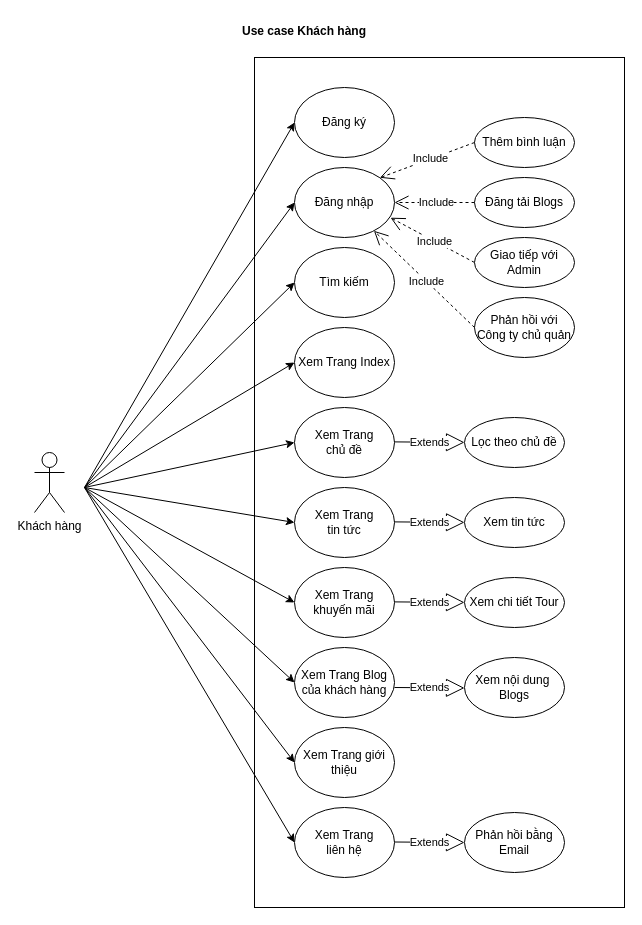
The draw.io diagram Drawio/Use_Case_KH.drawio in LuanMinhNguyen/nhom2thuctapchuyennganh, before the edit. Source tidied: cells renumbered, new cells numbered last; positions are measured from the earlier drawing's top-left corner, leaving out a move shared by most shapes. Both pictures are drawn from the tidied source at 100%, with x=0, y=0 at pixel (34, 17).
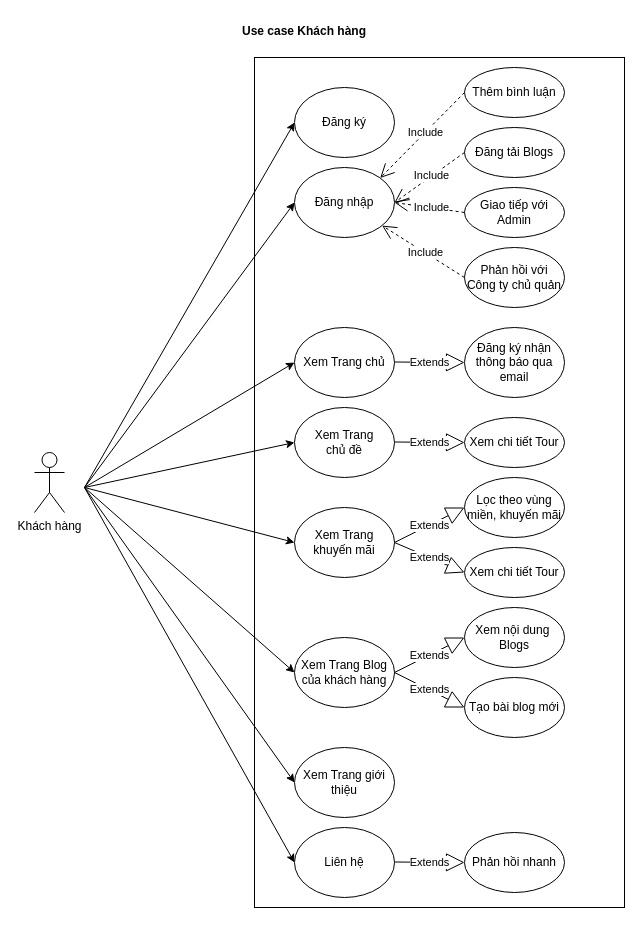
The same page after the edit.

Unchanged cells that the change refers to:
```xml
<mxCell id="5" value="Đăng ký" style="ellipse;whiteSpace=wrap;html=1;" parent="1" vertex="1">
  <mxGeometry x="260" y="70" width="100" height="70" as="geometry" />
</mxCell>
<mxCell id="6" value="Đăng nhập" style="ellipse;whiteSpace=wrap;html=1;" parent="1" vertex="1">
  <mxGeometry x="260" y="150" width="100" height="70" as="geometry" />
</mxCell>
<mxCell id="8" value="Xem Trang &lt;br&gt;chủ đề" style="ellipse;whiteSpace=wrap;html=1;" parent="1" vertex="1">
  <mxGeometry x="260" y="390" width="100" height="70" as="geometry" />
</mxCell>
```

What changed in the source:
```diff
@@
-    <mxCell id="4" style="endArrow=classic;html=1;entryX=0;entryY=0.5;entryDx=0;entryDy=0;" parent="1" edge="1" target="5">
+    <mxCell id="4" style="endArrow=classic;html=1;entryX=0;entryY=0.5;entryDx=0;entryDy=0;" parent="1" edge="1">
       <mxGeometry relative="1" as="geometry">
         <mxPoint x="50" y="470" as="sourcePoint" />
+        <mxPoint x="260" y="105" as="targetPoint" />
       </mxGeometry>
     </mxCell>
+    <mxCell id="7" style="endArrow=classic;html=1;entryX=0;entryY=0.5;entryDx=0;entryDy=0;" parent="1" edge="1">
+      <mxGeometry relative="1" as="geometry">
+        <mxPoint x="50" y="470" as="sourcePoint" />
+        <mxPoint x="260" y="185" as="targetPoint" />
+      </mxGeometry>
+    </mxCell>
+    <mxCell id="17" style="endArrow=classic;html=1;entryX=0;entryY=0.5;entryDx=0;entryDy=0;" parent="1" edge="1">
+      <mxGeometry relative="1" as="geometry">
+        <mxPoint x="50" y="470" as="sourcePoint" />
+        <mxPoint x="260" y="345" as="targetPoint" />
+      </mxGeometry>
+    </mxCell>
+    <mxCell id="18" style="endArrow=classic;html=1;entryX=0;entryY=0.5;entryDx=0;entryDy=0;" parent="1" edge="1" target="8">
+      <mxGeometry relative="1" as="geometry">
+        <mxPoint x="50" y="470" as="sourcePoint" />
+      </mxGeometry>
+    </mxCell>
+    <mxCell id="19" style="endArrow=classic;html=1;entryX=0;entryY=0.5;entryDx=0;entryDy=0;" parent="1" edge="1" target="11">
+      <mxGeometry relative="1" as="geometry">
+        <mxPoint x="50" y="470" as="sourcePoint" />
+      </mxGeometry>
+    </mxCell>
+    <mxCell id="21" style="endArrow=classic;html=1;entryX=0;entryY=0.5;entryDx=0;entryDy=0;" parent="1" edge="1" target="12">
+      <mxGeometry relative="1" as="geometry">
+        <mxPoint x="50" y="470" as="sourcePoint" />
+      </mxGeometry>
+    </mxCell>
+    <mxCell id="22" style="endArrow=classic;html=1;entryX=0;entryY=0.5;entryDx=0;entryDy=0;" parent="1" edge="1" target="13">
+      <mxGeometry relative="1" as="geometry">
+        <mxPoint x="50" y="470" as="sourcePoint" />
+      </mxGeometry>
+    </mxCell>
+    <mxCell id="23" style="endArrow=classic;html=1;entryX=0;entryY=0.5;entryDx=0;entryDy=0;" parent="1" edge="1" target="44">
+      <mxGeometry relative="1" as="geometry">
+        <mxPoint x="50" y="470" as="sourcePoint" />
+      </mxGeometry>
+    </mxCell>
+    <mxCell id="32" value="Use case Khách hàng" style="text;align=center;fontStyle=1;verticalAlign=middle;spacingLeft=3;spacingRight=3;strokeColor=none;" parent="1" vertex="1">
+      <mxGeometry x="230" width="80" height="26" as="geometry" />
+    </mxCell>
@@
-    <mxCell id="7" style="endArrow=classic;html=1;entryX=0;entryY=0.5;entryDx=0;entryDy=0;" parent="1" edge="1" target="6">
-      <mxGeometry relative="1" as="geometry">
-        <mxPoint x="50" y="470" as="sourcePoint" />
-      </mxGeometry>
-    </mxCell>
@@
-    <mxCell id="9" value="Xem Trang &lt;br&gt;tin tức" style="ellipse;whiteSpace=wrap;html=1;" parent="1" vertex="1">
-      <mxGeometry x="260" y="470" width="100" height="70" as="geometry" />
-    </mxCell>
-    <mxCell id="10" value="Xem Trang Index" style="ellipse;whiteSpace=wrap;html=1;" parent="1" vertex="1">
-      <mxGeometry x="260" y="310" width="100" height="70" as="geometry" />
-    </mxCell>
+    <mxCell id="43" value="Xem Trang chủ" style="ellipse;whiteSpace=wrap;html=1;" parent="1" vertex="1">
+      <mxGeometry x="260" y="310" width="100" height="70" as="geometry" />
+    </mxCell>
     <mxCell id="11" value="Xem Trang khuyến mãi" style="ellipse;whiteSpace=wrap;html=1;" parent="1" vertex="1">
-      <mxGeometry x="260" y="550" width="100" height="70" as="geometry" />
+      <mxGeometry x="260" y="490" width="100" height="70" as="geometry" />
     </mxCell>
     <mxCell id="12" value="Xem Trang Blog của khách hàng" style="ellipse;whiteSpace=wrap;html=1;" parent="1" vertex="1">
-      <mxGeometry x="260" y="630" width="100" height="70" as="geometry" />
+      <mxGeometry x="260" y="620" width="100" height="70" as="geometry" />
     </mxCell>
     <mxCell id="13" value="Xem Trang giới thiệu" style="ellipse;whiteSpace=wrap;html=1;" parent="1" vertex="1">
-      <mxGeometry x="260" y="710" width="100" height="70" as="geometry" />
+      <mxGeometry x="260" y="730" width="100" height="70" as="geometry" />
     </mxCell>
-    <mxCell id="14" value="Xem Trang &lt;br&gt;liên hệ" style="ellipse;whiteSpace=wrap;html=1;" parent="1" vertex="1">
-      <mxGeometry x="260" y="790" width="100" height="70" as="geometry" />
-    </mxCell>
-    <mxCell id="15" value="Tìm kiếm" style="ellipse;whiteSpace=wrap;html=1;" parent="1" vertex="1">
-      <mxGeometry x="260" y="230" width="100" height="70" as="geometry" />
-    </mxCell>
-    <mxCell id="16" style="endArrow=classic;html=1;entryX=0;entryY=0.5;entryDx=0;entryDy=0;" parent="1" edge="1" target="15">
-      <mxGeometry relative="1" as="geometry">
-        <mxPoint x="50" y="470" as="sourcePoint" />
-      </mxGeometry>
-    </mxCell>
-    <mxCell id="17" style="endArrow=classic;html=1;entryX=0;entryY=0.5;entryDx=0;entryDy=0;" parent="1" edge="1" target="10">
-      <mxGeometry relative="1" as="geometry">
-        <mxPoint x="50" y="470" as="sourcePoint" />
-      </mxGeometry>
-    </mxCell>
-    <mxCell id="18" style="endArrow=classic;html=1;entryX=0;entryY=0.5;entryDx=0;entryDy=0;" parent="1" edge="1" target="8">
-      <mxGeometry relative="1" as="geometry">
-        <mxPoint x="50" y="470" as="sourcePoint" />
-      </mxGeometry>
-    </mxCell>
-    <mxCell id="19" style="endArrow=classic;html=1;entryX=0;entryY=0.5;entryDx=0;entryDy=0;" parent="1" edge="1" target="9">
-      <mxGeometry relative="1" as="geometry">
-        <mxPoint x="50" y="470" as="sourcePoint" />
-      </mxGeometry>
-    </mxCell>
-    <mxCell id="20" style="endArrow=classic;html=1;entryX=0;entryY=0.5;entryDx=0;entryDy=0;" parent="1" edge="1" target="11">
-      <mxGeometry relative="1" as="geometry">
-        <mxPoint x="50" y="470" as="sourcePoint" />
-      </mxGeometry>
-    </mxCell>
-    <mxCell id="21" style="endArrow=classic;html=1;entryX=0;entryY=0.5;entryDx=0;entryDy=0;" parent="1" edge="1" target="12">
-      <mxGeometry relative="1" as="geometry">
-        <mxPoint x="50" y="470" as="sourcePoint" />
-      </mxGeometry>
-    </mxCell>
-    <mxCell id="22" style="endArrow=classic;html=1;entryX=0;entryY=0.5;entryDx=0;entryDy=0;" parent="1" edge="1" target="13">
-      <mxGeometry relative="1" as="geometry">
-        <mxPoint x="50" y="470" as="sourcePoint" />
-      </mxGeometry>
-    </mxCell>
-    <mxCell id="23" style="endArrow=classic;html=1;entryX=0;entryY=0.5;entryDx=0;entryDy=0;" parent="1" edge="1" target="14">
-      <mxGeometry relative="1" as="geometry">
-        <mxPoint x="50" y="470" as="sourcePoint" />
-      </mxGeometry>
-    </mxCell>
+    <mxCell id="44" value="Liên hệ" style="ellipse;whiteSpace=wrap;html=1;" parent="1" vertex="1">
+      <mxGeometry x="260" y="810" width="100" height="70" as="geometry" />
+    </mxCell>
     <mxCell id="24" value="Thêm bình luận" style="ellipse;whiteSpace=wrap;html=1;" parent="1" vertex="1">
-      <mxGeometry x="440" y="100" width="100" height="50" as="geometry" />
+      <mxGeometry x="430" y="50" width="100" height="50" as="geometry" />
     </mxCell>
+    <mxCell id="26" value="Đăng tải Blogs" style="ellipse;whiteSpace=wrap;html=1;" parent="1" vertex="1">
+      <mxGeometry x="430" y="110" width="100" height="50" as="geometry" />
+    </mxCell>
+    <mxCell id="29" value="Giao tiếp với Admin" style="ellipse;whiteSpace=wrap;html=1;" parent="1" vertex="1">
+      <mxGeometry x="430" y="170" width="100" height="50" as="geometry" />
+    </mxCell>
+    <mxCell id="30" value="Phản hồi với Công ty chủ quản" style="ellipse;whiteSpace=wrap;html=1;" parent="1" vertex="1">
+      <mxGeometry x="430" y="230" width="100" height="60" as="geometry" />
+    </mxCell>
+    <mxCell id="45" value="Lọc theo vùng miền, khuyến mãi" style="ellipse;whiteSpace=wrap;html=1;" parent="1" vertex="1">
+      <mxGeometry x="430" y="460" width="100" height="60" as="geometry" />
+    </mxCell>
+    <mxCell id="37" value="Xem nội dung&amp;nbsp;&lt;br&gt;Blogs" style="ellipse;whiteSpace=wrap;html=1;" parent="1" vertex="1">
+      <mxGeometry x="430" y="590" width="100" height="60" as="geometry" />
+    </mxCell>
+    <mxCell id="46" value="Xem chi tiết Tour" style="ellipse;whiteSpace=wrap;html=1;" parent="1" vertex="1">
+      <mxGeometry x="430" y="400" width="100" height="50" as="geometry" />
+    </mxCell>
+    <mxCell id="47" value="Phản hồi nhanh" style="ellipse;whiteSpace=wrap;html=1;" parent="1" vertex="1">
+      <mxGeometry x="430" y="815" width="100" height="60" as="geometry" />
+    </mxCell>
+    <mxCell id="48" value="Xem chi tiết Tour" style="ellipse;whiteSpace=wrap;html=1;" parent="1" vertex="1">
+      <mxGeometry x="430" y="530" width="100" height="50" as="geometry" />
+    </mxCell>
+    <mxCell id="49" value="Tạo bài blog mới" style="ellipse;whiteSpace=wrap;html=1;" parent="1" vertex="1">
+      <mxGeometry x="430" y="660" width="100" height="60" as="geometry" />
+    </mxCell>
+    <mxCell id="50" value="Đăng ký nhận thông báo qua email" style="ellipse;whiteSpace=wrap;html=1;" parent="1" vertex="1">
+      <mxGeometry x="430" y="310" width="100" height="70" as="geometry" />
+    </mxCell>
-    <mxCell id="25" value="Include" style="endArrow=open;endSize=12;dashed=1;html=1;entryX=1;entryY=0;entryDx=0;entryDy=0;exitX=0;exitY=0.5;exitDx=0;exitDy=0;" parent="1" edge="1" source="24" target="6">
-      <mxGeometry x="-0.06" relative="1" as="geometry" />
+    <mxCell id="25" value="Include" style="endArrow=open;endSize=12;dashed=1;html=1;entryX=1;entryY=0;entryDx=0;entryDy=0;exitX=0;exitY=0.5;exitDx=0;exitDy=0;" parent="1" edge="1">
+      <mxGeometry x="-0.06" relative="1" as="geometry">
+        <mxPoint x="430" y="75" as="sourcePoint" />
+        <mxPoint x="345.7" y="160.5" as="targetPoint" />
+      </mxGeometry>
     </mxCell>
-    <mxCell id="26" value="Đăng tải Blogs" style="ellipse;whiteSpace=wrap;html=1;" parent="1" vertex="1">
-      <mxGeometry x="440" y="160" width="100" height="50" as="geometry" />
-    </mxCell>
-    <mxCell id="27" value="Include" style="endArrow=open;endSize=12;dashed=1;html=1;entryX=1;entryY=0.5;entryDx=0;entryDy=0;exitX=0;exitY=0.5;exitDx=0;exitDy=0;" parent="1" edge="1" source="26" target="6">
-      <mxGeometry x="-0.06" relative="1" as="geometry" />
+    <mxCell id="27" value="Include" style="endArrow=open;endSize=12;dashed=1;html=1;entryX=1;entryY=0.5;entryDx=0;entryDy=0;exitX=0;exitY=0.5;exitDx=0;exitDy=0;" parent="1" edge="1">
+      <mxGeometry x="-0.06" relative="1" as="geometry">
+        <mxPoint x="430" y="135" as="sourcePoint" />
+        <mxPoint x="360" y="185" as="targetPoint" />
+      </mxGeometry>
     </mxCell>
-    <mxCell id="28" value="Include" style="endArrow=open;endSize=12;dashed=1;html=1;exitX=0;exitY=0.5;exitDx=0;exitDy=0;entryX=0.96;entryY=0.717;entryDx=0;entryDy=0;entryPerimeter=0;" parent="1" edge="1" source="29" target="6">
-      <mxGeometry x="-0.06" relative="1" as="geometry" />
+    <mxCell id="28" value="Include" style="endArrow=open;endSize=12;dashed=1;html=1;exitX=0;exitY=0.5;exitDx=0;exitDy=0;entryX=1;entryY=0.5;entryDx=0;entryDy=0;" parent="1" edge="1" target="6">
+      <mxGeometry x="-0.06" relative="1" as="geometry">
+        <mxPoint x="430" y="195" as="sourcePoint" />
+      </mxGeometry>
     </mxCell>
-    <mxCell id="29" value="Giao tiếp với Admin" style="ellipse;whiteSpace=wrap;html=1;" parent="1" vertex="1">
-      <mxGeometry x="440" y="220" width="100" height="50" as="geometry" />
-    </mxCell>
-    <mxCell id="30" value="Phản hồi với Công ty chủ quản" style="ellipse;whiteSpace=wrap;html=1;" parent="1" vertex="1">
-      <mxGeometry x="440" y="280" width="100" height="60" as="geometry" />
-    </mxCell>
-    <mxCell id="31" value="Include" style="endArrow=open;endSize=12;dashed=1;html=1;exitX=0;exitY=0.5;exitDx=0;exitDy=0;" parent="1" edge="1" source="30" target="6">
-      <mxGeometry x="-0.06" relative="1" as="geometry" />
+    <mxCell id="31" value="Include" style="endArrow=open;endSize=12;dashed=1;html=1;exitX=0;exitY=0.5;exitDx=0;exitDy=0;" parent="1" edge="1">
+      <mxGeometry x="-0.06" relative="1" as="geometry">
+        <mxPoint x="430" y="260" as="sourcePoint" />
+        <mxPoint x="347.6" y="208.1" as="targetPoint" />
+      </mxGeometry>
     </mxCell>
-    <mxCell id="32" value="Use case Khách hàng" style="text;align=center;fontStyle=1;verticalAlign=middle;spacingLeft=3;spacingRight=3;strokeColor=none;" parent="1" vertex="1">
-      <mxGeometry x="230" width="80" height="26" as="geometry" />
-    </mxCell>
-    <mxCell id="33" value="Phản hồi bằng Email" style="ellipse;whiteSpace=wrap;html=1;" parent="1" vertex="1">
-      <mxGeometry x="430" y="795" width="100" height="60" as="geometry" />
-    </mxCell>
-    <mxCell id="34" value="Lọc theo chủ đề" style="ellipse;whiteSpace=wrap;html=1;" parent="1" vertex="1">
-      <mxGeometry x="430" y="400" width="100" height="50" as="geometry" />
-    </mxCell>
-    <mxCell id="35" value="Xem tin tức" style="ellipse;whiteSpace=wrap;html=1;" parent="1" vertex="1">
-      <mxGeometry x="430" y="480" width="100" height="50" as="geometry" />
-    </mxCell>
-    <mxCell id="36" value="Xem chi tiết Tour" style="ellipse;whiteSpace=wrap;html=1;" parent="1" vertex="1">
-      <mxGeometry x="430" y="560" width="100" height="50" as="geometry" />
-    </mxCell>
-    <mxCell id="37" value="Xem nội dung&amp;nbsp;&lt;br&gt;Blogs" style="ellipse;whiteSpace=wrap;html=1;" parent="1" vertex="1">
-      <mxGeometry x="430" y="640" width="100" height="60" as="geometry" />
-    </mxCell>
-    <mxCell id="38" value="Extends" style="endArrow=block;endSize=16;endFill=0;html=1;" parent="1" edge="1">
-      <mxGeometry relative="1" as="geometry">
-        <mxPoint x="360" y="670" as="sourcePoint" />
-        <mxPoint x="430" y="670.5" as="targetPoint" />
-      </mxGeometry>
-    </mxCell>
-    <mxCell id="39" value="Extends" style="endArrow=block;endSize=16;endFill=0;html=1;" parent="1" edge="1">
-      <mxGeometry relative="1" as="geometry">
-        <mxPoint x="360" y="824.5" as="sourcePoint" />
-        <mxPoint x="430" y="825" as="targetPoint" />
-      </mxGeometry>
-    </mxCell>
-    <mxCell id="40" value="Extends" style="endArrow=block;endSize=16;endFill=0;html=1;" parent="1" edge="1">
-      <mxGeometry relative="1" as="geometry">
-        <mxPoint x="360" y="424.4" as="sourcePoint" />
-        <mxPoint x="430" y="424.9" as="targetPoint" />
-      </mxGeometry>
-    </mxCell>
-    <mxCell id="41" value="Extends" style="endArrow=block;endSize=16;endFill=0;html=1;" parent="1" edge="1">
-      <mxGeometry relative="1" as="geometry">
-        <mxPoint x="360" y="504.4" as="sourcePoint" />
-        <mxPoint x="430" y="504.9" as="targetPoint" />
-      </mxGeometry>
-    </mxCell>
-    <mxCell id="42" value="Extends" style="endArrow=block;endSize=16;endFill=0;html=1;" parent="1" edge="1">
-      <mxGeometry relative="1" as="geometry">
-        <mxPoint x="360" y="584.4" as="sourcePoint" />
-        <mxPoint x="430" y="584.9" as="targetPoint" />
-      </mxGeometry>
-    </mxCell>
+    <mxCell id="51" value="Extends" style="endArrow=block;endSize=16;endFill=0;html=1;exitX=1;exitY=0.5;exitDx=0;exitDy=0;entryX=0;entryY=0.5;entryDx=0;entryDy=0;" parent="1" edge="1">
+      <mxGeometry relative="1" as="geometry">
+        <mxPoint x="360" y="655" as="sourcePoint" />
+        <mxPoint x="430" y="620" as="targetPoint" />
+      </mxGeometry>
+    </mxCell>
+    <mxCell id="52" value="Extends" style="endArrow=block;endSize=16;endFill=0;html=1;" parent="1" edge="1">
+      <mxGeometry relative="1" as="geometry">
+        <mxPoint x="360" y="844.5" as="sourcePoint" />
+        <mxPoint x="430" y="845" as="targetPoint" />
+      </mxGeometry>
+    </mxCell>
+    <mxCell id="53" value="Extends" style="endArrow=block;endSize=16;endFill=0;html=1;entryX=0;entryY=0.5;entryDx=0;entryDy=0;exitX=1;exitY=0.5;exitDx=0;exitDy=0;" parent="1" edge="1">
+      <mxGeometry relative="1" as="geometry">
+        <mxPoint x="360" y="525" as="sourcePoint" />
+        <mxPoint x="430" y="490" as="targetPoint" />
+      </mxGeometry>
+    </mxCell>
+    <mxCell id="54" value="Extends" style="endArrow=block;endSize=16;endFill=0;html=1;entryX=0;entryY=0.5;entryDx=0;entryDy=0;" parent="1" edge="1">
+      <mxGeometry relative="1" as="geometry">
+        <mxPoint x="360" y="424.5" as="sourcePoint" />
+        <mxPoint x="430" y="425" as="targetPoint" />
+      </mxGeometry>
+    </mxCell>
+    <mxCell id="55" value="Extends" style="endArrow=block;endSize=16;endFill=0;html=1;entryX=0;entryY=0.5;entryDx=0;entryDy=0;exitX=1;exitY=0.5;exitDx=0;exitDy=0;" parent="1" edge="1">
+      <mxGeometry relative="1" as="geometry">
+        <mxPoint x="360" y="525" as="sourcePoint" />
+        <mxPoint x="430" y="555" as="targetPoint" />
+      </mxGeometry>
+    </mxCell>
+    <mxCell id="56" value="Extends" style="endArrow=block;endSize=16;endFill=0;html=1;exitX=1;exitY=0.5;exitDx=0;exitDy=0;entryX=0;entryY=0.5;entryDx=0;entryDy=0;" parent="1" edge="1">
+      <mxGeometry relative="1" as="geometry">
+        <mxPoint x="360" y="655" as="sourcePoint" />
+        <mxPoint x="430" y="690" as="targetPoint" />
+      </mxGeometry>
+    </mxCell>
+    <mxCell id="57" value="Extends" style="endArrow=block;endSize=16;endFill=0;html=1;entryX=0;entryY=0.5;entryDx=0;entryDy=0;" parent="1" edge="1">
+      <mxGeometry relative="1" as="geometry">
+        <mxPoint x="360" y="344.5" as="sourcePoint" />
+        <mxPoint x="430" y="345" as="targetPoint" />
+      </mxGeometry>
+    </mxCell>
```
